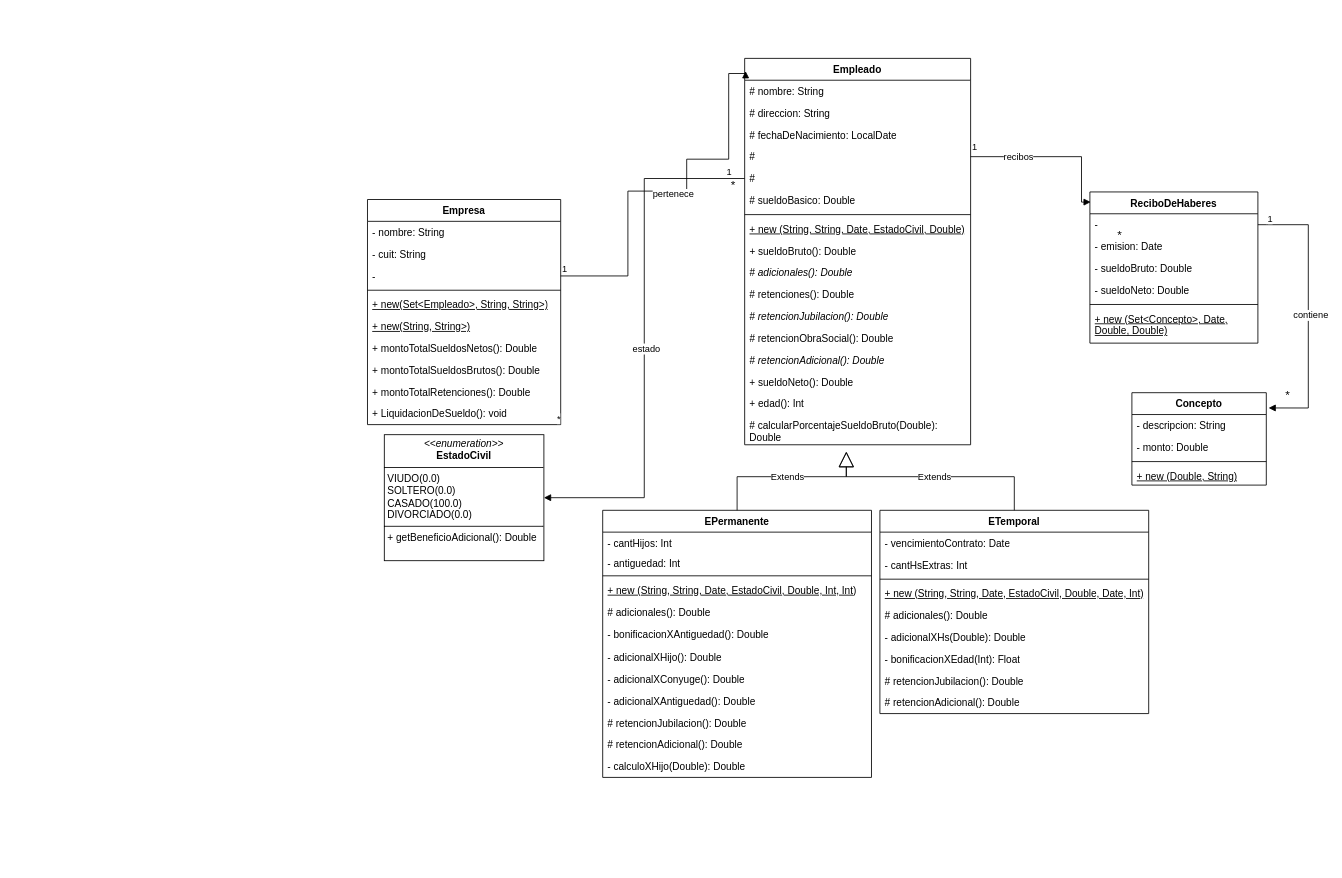
Earlier version of the draw.io diagram tp-02.drawio (tomasmendoza-unq/objetos2). Source tidied: cells renumbered, new cells numbered last; positions are measured from the earlier drawing's top-left corner, leaving out a move shared by most shapes. Both pictures are drawn from the tidied source at 84%, with x=0, y=0 at pixel (14, 14).
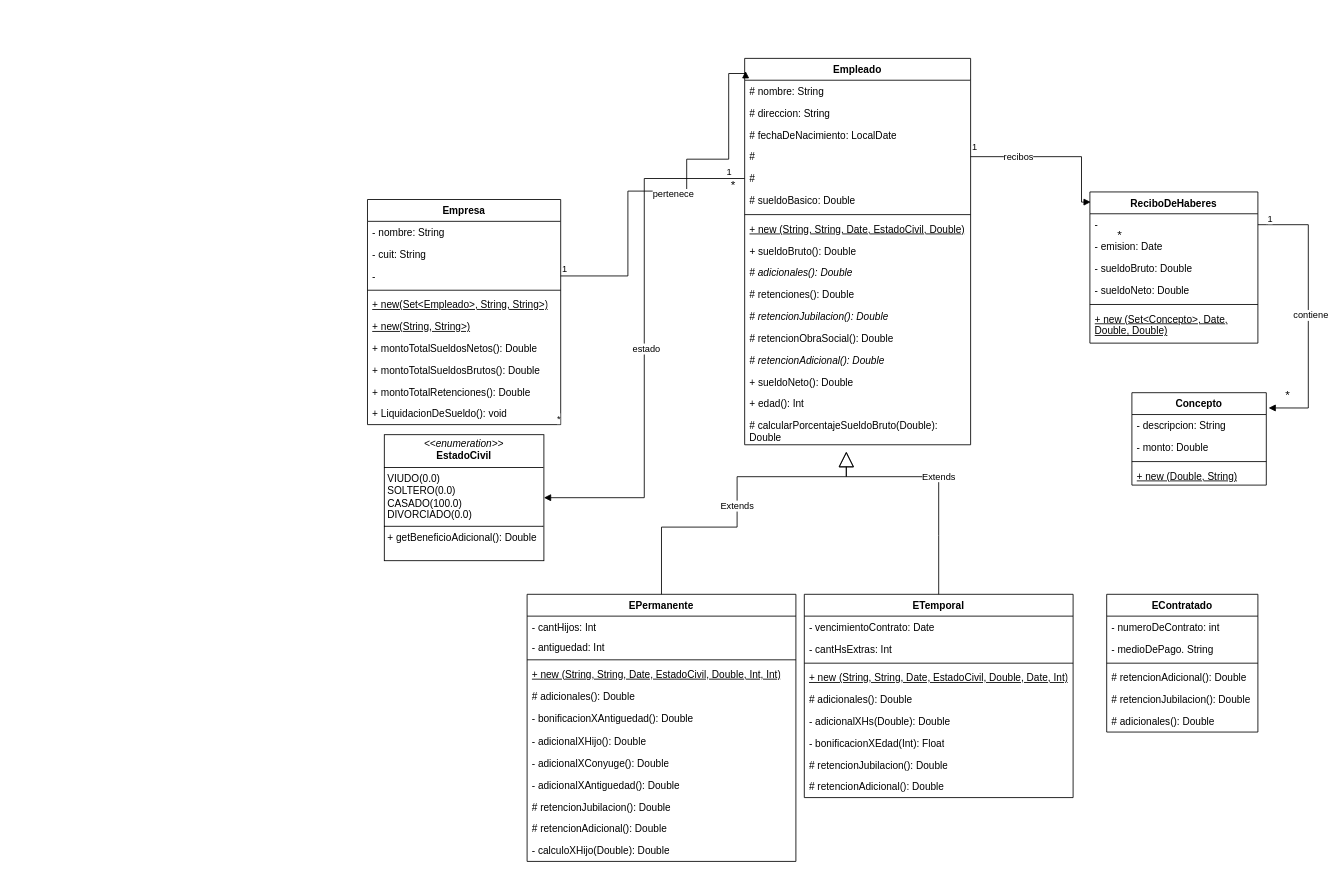
The same page after the edit.

The change refers to these unchanged cells:
```xml
<mxCell id="19" value="# calcularPorcentajeSueldoBruto(Double): Double" style="text;strokeColor=none;fillColor=none;align=left;verticalAlign=top;spacingLeft=4;spacingRight=4;overflow=hidden;points=[[0,0.5],[1,0.5]];portConstraint=eastwest;whiteSpace=wrap;html=1;" parent="2" vertex="1">
  <mxGeometry y="424" width="269" height="36" as="geometry" />
</mxCell>
```

Diff of the diagram source:
```diff
@@
     <mxCell id="20" value="ETemporal" style="swimlane;fontStyle=1;align=center;verticalAlign=top;horizontal=1;startSize=26;whiteSpace=wrap;html=1;" parent="1" vertex="1">
-      <mxGeometry x="1030" y="590" width="320" height="242" as="geometry" />
+      <mxGeometry x="940" y="690" width="320" height="242" as="geometry" />
     </mxCell>
@@
     <mxCell id="30" value="EPermanente" style="swimlane;fontStyle=1;align=center;verticalAlign=top;horizontal=1;startSize=26;whiteSpace=wrap;html=1;" parent="1" vertex="1">
-      <mxGeometry x="700" y="590" width="320" height="318" as="geometry" />
+      <mxGeometry x="610" y="690" width="320" height="318" as="geometry" />
     </mxCell>
@@
     <mxCell id="43" value="Extends" style="endArrow=block;endSize=16;endFill=0;html=1;rounded=0;exitX=0.5;exitY=0;exitDx=0;exitDy=0;" parent="1" edge="1" source="20">
       <mxGeometry relative="1" as="geometry">
         <mxPoint x="990" y="520" as="targetPoint" />
         <Array as="points">
-          <mxPoint x="1190" y="550" />
+          <mxPoint x="1100" y="620" />
+          <mxPoint x="1100" y="550" />
           <mxPoint x="990" y="550" />
         </Array>
       </mxGeometry>
     </mxCell>
     <mxCell id="44" value="Extends" style="endArrow=block;endSize=16;endFill=0;html=1;rounded=0;exitX=0.5;exitY=0;exitDx=0;exitDy=0;entryX=0.45;entryY=1.231;entryDx=0;entryDy=0;entryPerimeter=0;" parent="1" edge="1" source="30" target="19">
       <mxGeometry relative="1" as="geometry">
         <Array as="points">
+          <mxPoint x="770" y="610" />
+          <mxPoint x="860" y="610" />
           <mxPoint x="860" y="550" />
           <mxPoint x="990" y="550" />
         </Array>
       </mxGeometry>
     </mxCell>
@@
+    <mxCell id="85" value="EContratado" style="swimlane;fontStyle=1;align=center;verticalAlign=top;horizontal=1;startSize=26;whiteSpace=wrap;html=1;" parent="1" vertex="1">
+      <mxGeometry x="1300" y="690" width="180" height="164" as="geometry" />
+    </mxCell>
+    <mxCell id="86" value="- numeroDeContrato: int" style="text;strokeColor=none;fillColor=none;align=left;verticalAlign=top;spacingLeft=4;spacingRight=4;overflow=hidden;whiteSpace=wrap;html=1;" parent="85" vertex="1">
+      <mxGeometry y="26" width="180" height="26" as="geometry" />
+    </mxCell>
+    <mxCell id="87" value="- medioDePago. String" style="text;strokeColor=none;fillColor=none;align=left;verticalAlign=top;spacingLeft=4;spacingRight=4;overflow=hidden;whiteSpace=wrap;html=1;" parent="85" vertex="1">
+      <mxGeometry y="52" width="180" height="26" as="geometry" />
+    </mxCell>
+    <mxCell id="88" style="line;strokeWidth=1;fillColor=none;align=left;verticalAlign=middle;spacingTop=-1;spacingLeft=3;spacingRight=3;labelPosition=right;strokeColor=inherit;" parent="85" vertex="1">
+      <mxGeometry y="78" width="180" height="8" as="geometry" />
+    </mxCell>
+    <mxCell id="89" value="# retencionAdicional(): Double" style="text;strokeColor=none;fillColor=none;align=left;verticalAlign=top;spacingLeft=4;spacingRight=4;overflow=hidden;whiteSpace=wrap;html=1;" parent="85" vertex="1">
+      <mxGeometry y="86" width="180" height="26" as="geometry" />
+    </mxCell>
+    <mxCell id="90" value="# retencionJubilacion(): Double" style="text;strokeColor=none;fillColor=none;align=left;verticalAlign=top;spacingLeft=4;spacingRight=4;overflow=hidden;whiteSpace=wrap;html=1;" parent="85" vertex="1">
+      <mxGeometry y="112" width="180" height="26" as="geometry" />
+    </mxCell>
+    <mxCell id="91" value="# adicionales(): Double" style="text;strokeColor=none;fillColor=none;align=left;verticalAlign=top;spacingLeft=4;spacingRight=4;overflow=hidden;whiteSpace=wrap;html=1;" parent="85" vertex="1">
+      <mxGeometry y="138" width="180" height="26" as="geometry" />
+    </mxCell>
```
